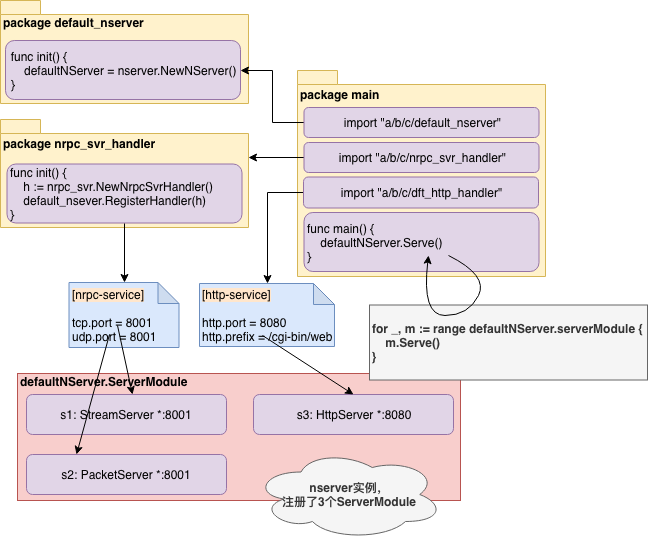
The draw.io diagram GoNeat/assets/go-neat-startup.png in hitzhangjie/notes, before a commit. Source tidied: cells renumbered, new cells last; positions are measured from the earlier drawing's top-left corner, leaving out a move shared by most shapes. Source of this version:
```xml
<mxGraphModel>
  <root>
    <mxCell id="0" />
    <mxCell id="1" parent="0" />
    <mxCell id="2" value="&lt;b&gt;defaultNServer.ServerModule&lt;br&gt;&lt;br&gt;&lt;br&gt;&lt;br&gt;&lt;br&gt;&lt;br&gt;&lt;br&gt;&lt;br&gt;&lt;/b&gt;&lt;br&gt;" style="rounded=0;whiteSpace=wrap;html=1;align=left;fillColor=#f8cecc;strokeColor=#b85450;" parent="1" vertex="1">
      <mxGeometry x="17" y="373" width="443" height="127" as="geometry" />
    </mxCell>
    <mxCell id="3" value="package main&lt;br&gt;&lt;br&gt;&lt;br&gt;&lt;br&gt;&lt;br&gt;&lt;br&gt;&lt;br&gt;&lt;br&gt;&lt;br&gt;&lt;br&gt;&lt;br&gt;&lt;br&gt;&lt;br&gt;" style="shape=folder;fontStyle=1;spacingTop=10;tabWidth=40;tabHeight=14;tabPosition=left;html=1;rounded=1;align=left;fillColor=#fff2cc;strokeColor=#d6b656;" parent="1" vertex="1">
      <mxGeometry x="297" y="70" width="248" height="206" as="geometry" />
    </mxCell>
    <mxCell id="4" style="edgeStyle=orthogonalEdgeStyle;rounded=0;jettySize=auto;html=1;exitX=0;exitY=0.5;exitDx=0;exitDy=0;entryX=0;entryY=0;entryDx=248;entryDy=37.5;entryPerimeter=0;" parent="1" edge="1" source="5" target="13">
      <mxGeometry relative="1" as="geometry" />
    </mxCell>
    <mxCell id="5" value="import &quot;a/b/c/nrpc_svr_handler&quot;" style="rounded=1;whiteSpace=wrap;html=1;fillColor=#e1d5e7;strokeColor=#9673a6;" parent="1" vertex="1">
      <mxGeometry x="303.5" y="142" width="235" height="30" as="geometry" />
    </mxCell>
    <mxCell id="6" value="&lt;span style=&quot;background-color: rgb(255 , 230 , 204)&quot;&gt;[http-service]&lt;br&gt;&lt;/span&gt;&lt;br&gt;http.port = 8080&lt;br&gt;http.prefix = /cgi-bin/web&lt;br&gt;&lt;div style=&quot;text-align: left&quot;&gt;&lt;/div&gt;" style="shape=note;whiteSpace=wrap;html=1;backgroundOutline=1;darkOpacity=0.05;size=21;align=left;fillColor=#dae8fc;strokeColor=#6c8ebf;" parent="1" vertex="1">
      <mxGeometry x="199" y="283" width="135" height="63" as="geometry" />
    </mxCell>
    <mxCell id="7" value="s3: HttpServer *:8080" style="rounded=1;whiteSpace=wrap;html=1;fillColor=#e1d5e7;strokeColor=#9673a6;" parent="1" vertex="1">
      <mxGeometry x="253" y="394" width="200" height="40" as="geometry" />
    </mxCell>
    <mxCell id="8" style="endArrow=classic;html=1;entryX=0.5;entryY=0;entryDx=0;entryDy=0;exitX=0.463;exitY=0.825;exitDx=0;exitDy=0;exitPerimeter=0;" parent="1" edge="1" source="6" target="7">
      <mxGeometry relative="1" as="geometry" />
    </mxCell>
    <mxCell id="9" style="edgeStyle=orthogonalEdgeStyle;rounded=0;jettySize=auto;html=1;exitX=0;exitY=0.5;exitDx=0;exitDy=0;entryX=0.5;entryY=0;entryDx=0;entryDy=0;entryPerimeter=0;" parent="1" edge="1" source="10" target="6">
      <mxGeometry relative="1" as="geometry" />
    </mxCell>
    <mxCell id="10" value="import &quot;a/b/c/dft_http_handler&quot;" style="rounded=1;whiteSpace=wrap;html=1;fillColor=#e1d5e7;strokeColor=#9673a6;" parent="1" vertex="1">
      <mxGeometry x="303" y="176.5" width="235" height="31" as="geometry" />
    </mxCell>
    <mxCell id="11" value="&lt;div style=&quot;text-align: left&quot;&gt;&lt;span&gt;func main() {&lt;/span&gt;&lt;br&gt;&lt;/div&gt;&lt;div style=&quot;text-align: left&quot;&gt;&lt;span&gt;&amp;nbsp; &amp;nbsp; defaultNServer.Serve()&lt;/span&gt;&lt;/div&gt;&lt;div style=&quot;text-align: left&quot;&gt;&lt;span&gt;}&lt;/span&gt;&lt;/div&gt;" style="rounded=1;whiteSpace=wrap;html=1;fillColor=#e1d5e7;strokeColor=#9673a6;align=left;" parent="1" vertex="1">
      <mxGeometry x="303.5" y="212" width="235" height="59" as="geometry" />
    </mxCell>
    <mxCell id="12" style="group;" parent="1" vertex="1">
      <mxGeometry y="119" width="248" height="108" as="geometry" />
    </mxCell>
    <mxCell id="13" value="package nrpc_svr_handler&lt;br&gt;&lt;br&gt;&lt;br&gt;&lt;br&gt;&lt;br&gt;&lt;br&gt;" style="shape=folder;fontStyle=1;spacingTop=10;tabWidth=40;tabHeight=14;tabPosition=left;html=1;rounded=1;align=left;fillColor=#fff2cc;strokeColor=#d6b656;" parent="12" vertex="1">
      <mxGeometry width="248" height="108" as="geometry" />
    </mxCell>
    <mxCell id="14" value="&lt;div style=&quot;text-align: left&quot;&gt;&lt;span&gt;func init() {&lt;/span&gt;&lt;br&gt;&lt;/div&gt;&lt;div style=&quot;text-align: left&quot;&gt;&lt;span&gt;&amp;nbsp; &amp;nbsp; h := nrpc_svr.NewNrpcSvrHandler()&lt;/span&gt;&lt;/div&gt;&lt;div style=&quot;text-align: left&quot;&gt;&lt;span&gt;&amp;nbsp; &amp;nbsp; default_nsever.RegisterHandler(h)&lt;/span&gt;&lt;/div&gt;&lt;div style=&quot;text-align: left&quot;&gt;&lt;span&gt;}&lt;/span&gt;&lt;/div&gt;" style="rounded=1;whiteSpace=wrap;html=1;fillColor=#e1d5e7;strokeColor=#9673a6;align=left;" parent="12" vertex="1">
      <mxGeometry x="6.5" y="44.5" width="235" height="59" as="geometry" />
    </mxCell>
    <mxCell id="15" style="edgeStyle=orthogonalEdgeStyle;rounded=0;jettySize=auto;html=1;exitX=0.5;exitY=1;exitDx=0;exitDy=0;entryX=0.5;entryY=0;entryDx=0;entryDy=0;entryPerimeter=0;" parent="1" edge="1" source="14" target="17">
      <mxGeometry relative="1" as="geometry" />
    </mxCell>
    <mxCell id="16" style="group;" parent="1" vertex="1">
      <mxGeometry x="26" y="282" width="200" height="212" as="geometry" />
    </mxCell>
    <mxCell id="17" value="&lt;span style=&quot;background-color: rgb(255 , 230 , 204)&quot;&gt;[nrpc-service]&lt;br&gt;&lt;/span&gt;&lt;br&gt;tcp.port = 8001&lt;br&gt;udp.port = 8001&lt;br&gt;&lt;div style=&quot;text-align: left&quot;&gt;&lt;/div&gt;" style="shape=note;whiteSpace=wrap;html=1;backgroundOutline=1;darkOpacity=0.05;size=21;align=left;fillColor=#dae8fc;strokeColor=#6c8ebf;" parent="16" vertex="1">
      <mxGeometry x="42.5" width="110" height="65" as="geometry" />
    </mxCell>
    <mxCell id="18" value="s1: StreamServer *:8001" style="rounded=1;whiteSpace=wrap;html=1;fillColor=#e1d5e7;strokeColor=#9673a6;" parent="16" vertex="1">
      <mxGeometry y="112" width="200" height="40" as="geometry" />
    </mxCell>
    <mxCell id="19" value="s2: PacketServer *:8001" style="rounded=1;whiteSpace=wrap;html=1;fillColor=#e1d5e7;strokeColor=#9673a6;" parent="16" vertex="1">
      <mxGeometry y="172" width="200" height="40" as="geometry" />
    </mxCell>
    <mxCell id="20" style="endArrow=classic;html=1;entryX=0.5;entryY=0;entryDx=0;entryDy=0;" parent="16" edge="1">
      <mxGeometry relative="1" as="geometry">
        <mxPoint x="91" y="43" as="sourcePoint" />
        <mxPoint x="106" y="112" as="targetPoint" />
      </mxGeometry>
    </mxCell>
    <mxCell id="21" style="endArrow=classic;html=1;exitX=0.364;exitY=0.8;exitDx=0;exitDy=0;exitPerimeter=0;entryX=0.25;entryY=0;entryDx=0;entryDy=0;" parent="16" edge="1" source="17" target="19">
      <mxGeometry relative="1" as="geometry" />
    </mxCell>
    <mxCell id="22" style="group;" parent="1" vertex="1">
      <mxGeometry width="248" height="103" as="geometry" />
    </mxCell>
    <mxCell id="23" value="package default_nserver&lt;br&gt;&lt;br&gt;&lt;br&gt;&lt;br&gt;&lt;br&gt;&lt;br&gt;" style="shape=folder;fontStyle=1;spacingTop=10;tabWidth=40;tabHeight=14;tabPosition=left;html=1;rounded=1;align=left;fillColor=#fff2cc;strokeColor=#d6b656;" parent="22" vertex="1">
      <mxGeometry width="248" height="103" as="geometry" />
    </mxCell>
    <mxCell id="24" value="&lt;div style=&quot;text-align: left&quot;&gt;&lt;span&gt;func init() {&lt;/span&gt;&lt;br&gt;&lt;/div&gt;&lt;div style=&quot;text-align: left&quot;&gt;&lt;span&gt;&amp;nbsp; &amp;nbsp; defaultNServer = nserver.NewNServer()&lt;/span&gt;&lt;/div&gt;&lt;div style=&quot;text-align: left&quot;&gt;&lt;span&gt;}&lt;/span&gt;&lt;/div&gt;" style="rounded=1;whiteSpace=wrap;html=1;fillColor=#e1d5e7;strokeColor=#9673a6;" parent="22" vertex="1">
      <mxGeometry x="5" y="40" width="235" height="59" as="geometry" />
    </mxCell>
    <mxCell id="25" style="edgeStyle=orthogonalEdgeStyle;rounded=0;jettySize=auto;html=1;exitX=0;exitY=0.5;exitDx=0;exitDy=0;entryX=1;entryY=0.5;entryDx=0;entryDy=0;" parent="1" edge="1" source="26" target="24">
      <mxGeometry relative="1" as="geometry" />
    </mxCell>
    <mxCell id="26" value="import &quot;a/b/c/default_nserver&quot;" style="rounded=1;whiteSpace=wrap;html=1;fillColor=#e1d5e7;strokeColor=#9673a6;" parent="1" vertex="1">
      <mxGeometry x="303.5" y="107" width="235" height="30" as="geometry" />
    </mxCell>
    <mxCell id="27" value="nserver实例，&lt;br&gt;&lt;div style=&quot;text-align: center&quot;&gt;&lt;span&gt;注册了3个ServerModule&lt;/span&gt;&lt;/div&gt;" style="ellipse;shape=cloud;whiteSpace=wrap;html=1;rounded=1;align=center;fontStyle=1;fillColor=#f5f5f5;strokeColor=#666666;fontColor=#333333;" parent="1" vertex="1">
      <mxGeometry x="253" y="449" width="190" height="90" as="geometry" />
    </mxCell>
    <mxCell id="28" value="for _, m := range defaultNServer.serverModule {&lt;br&gt;&amp;nbsp; &amp;nbsp; m.Serve()&lt;br&gt;}&lt;br&gt;" style="rounded=0;whiteSpace=wrap;html=1;align=left;fillColor=#f5f5f5;strokeColor=#666666;fontColor=#333333;fontStyle=1;" parent="1" vertex="1">
      <mxGeometry x="369" y="304.5" width="278" height="75" as="geometry" />
    </mxCell>
    <mxCell id="29" style="curved=1;endArrow=classic;html=1;exitX=0.615;exitY=0.644;exitDx=0;exitDy=0;exitPerimeter=0;" parent="1" edge="1">
      <mxGeometry relative="1" as="geometry">
        <mxPoint x="448" y="255" as="sourcePoint" />
        <mxPoint x="428" y="255" as="targetPoint" />
        <Array as="points">
          <mxPoint x="488" y="275" />
          <mxPoint x="468" y="315" />
          <mxPoint x="421" y="315" />
        </Array>
      </mxGeometry>
    </mxCell>
  </root>
</mxGraphModel>
```
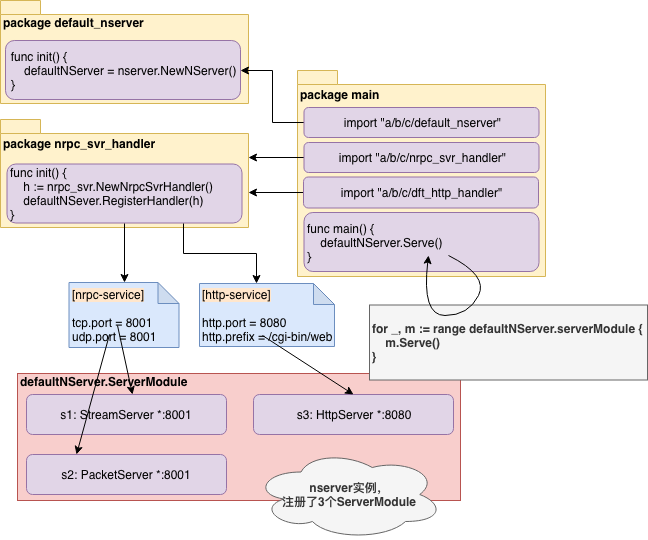
The same diagram one commit later.

Commit message:
go-neat-nserver-startup

The edit, as a diff of the source:
```diff
@@ -23,7 +23,7 @@
     <mxCell id="8" style="endArrow=classic;html=1;entryX=0.5;entryY=0;entryDx=0;entryDy=0;exitX=0.463;exitY=0.825;exitDx=0;exitDy=0;exitPerimeter=0;" parent="1" edge="1" source="6" target="7">
       <mxGeometry relative="1" as="geometry" />
     </mxCell>
-    <mxCell id="9" style="edgeStyle=orthogonalEdgeStyle;rounded=0;jettySize=auto;html=1;exitX=0;exitY=0.5;exitDx=0;exitDy=0;entryX=0.5;entryY=0;entryDx=0;entryDy=0;entryPerimeter=0;" parent="1" edge="1" source="10" target="6">
+    <mxCell id="9" style="edgeStyle=orthogonalEdgeStyle;rounded=0;jettySize=auto;html=1;exitX=0;exitY=0.5;exitDx=0;exitDy=0;entryX=1;entryY=0.676;entryDx=0;entryDy=0;entryPerimeter=0;" parent="1" edge="1" source="10" target="13">
       <mxGeometry relative="1" as="geometry" />
     </mxCell>
     <mxCell id="10" value="import &quot;a/b/c/dft_http_handler&quot;" style="rounded=1;whiteSpace=wrap;html=1;fillColor=#e1d5e7;strokeColor=#9673a6;" parent="1" vertex="1">
@@ -38,7 +38,7 @@
     <mxCell id="13" value="package nrpc_svr_handler&lt;br&gt;&lt;br&gt;&lt;br&gt;&lt;br&gt;&lt;br&gt;&lt;br&gt;" style="shape=folder;fontStyle=1;spacingTop=10;tabWidth=40;tabHeight=14;tabPosition=left;html=1;rounded=1;align=left;fillColor=#fff2cc;strokeColor=#d6b656;" parent="12" vertex="1">
       <mxGeometry width="248" height="108" as="geometry" />
     </mxCell>
-    <mxCell id="14" value="&lt;div style=&quot;text-align: left&quot;&gt;&lt;span&gt;func init() {&lt;/span&gt;&lt;br&gt;&lt;/div&gt;&lt;div style=&quot;text-align: left&quot;&gt;&lt;span&gt;&amp;nbsp; &amp;nbsp; h := nrpc_svr.NewNrpcSvrHandler()&lt;/span&gt;&lt;/div&gt;&lt;div style=&quot;text-align: left&quot;&gt;&lt;span&gt;&amp;nbsp; &amp;nbsp; default_nsever.RegisterHandler(h)&lt;/span&gt;&lt;/div&gt;&lt;div style=&quot;text-align: left&quot;&gt;&lt;span&gt;}&lt;/span&gt;&lt;/div&gt;" style="rounded=1;whiteSpace=wrap;html=1;fillColor=#e1d5e7;strokeColor=#9673a6;align=left;" parent="12" vertex="1">
+    <mxCell id="14" value="&lt;div style=&quot;text-align: left&quot;&gt;&lt;span&gt;func init() {&lt;/span&gt;&lt;br&gt;&lt;/div&gt;&lt;div style=&quot;text-align: left&quot;&gt;&lt;span&gt;&amp;nbsp; &amp;nbsp; h := nrpc_svr.NewNrpcSvrHandler()&lt;/span&gt;&lt;/div&gt;&lt;div style=&quot;text-align: left&quot;&gt;&lt;span&gt;&amp;nbsp; &amp;nbsp; defaultNSever.RegisterHandler(h)&lt;/span&gt;&lt;/div&gt;&lt;div style=&quot;text-align: left&quot;&gt;&lt;span&gt;}&lt;/span&gt;&lt;/div&gt;" style="rounded=1;whiteSpace=wrap;html=1;fillColor=#e1d5e7;strokeColor=#9673a6;align=left;" parent="12" vertex="1">
       <mxGeometry x="6.5" y="44.5" width="235" height="59" as="geometry" />
     </mxCell>
     <mxCell id="15" style="edgeStyle=orthogonalEdgeStyle;rounded=0;jettySize=auto;html=1;exitX=0.5;exitY=1;exitDx=0;exitDy=0;entryX=0.5;entryY=0;entryDx=0;entryDy=0;entryPerimeter=0;" parent="1" edge="1" source="14" target="17">
@@ -97,5 +97,8 @@
         </Array>
       </mxGeometry>
     </mxCell>
+    <mxCell id="30" style="edgeStyle=orthogonalEdgeStyle;rounded=0;jettySize=auto;html=1;exitX=0.75;exitY=1;exitDx=0;exitDy=0;entryX=0;entryY=0;entryDx=57;entryDy=0;entryPerimeter=0;" parent="1" edge="1" source="14" target="6">
+      <mxGeometry relative="1" as="geometry" />
+    </mxCell>
   </root>
 </mxGraphModel>
```
